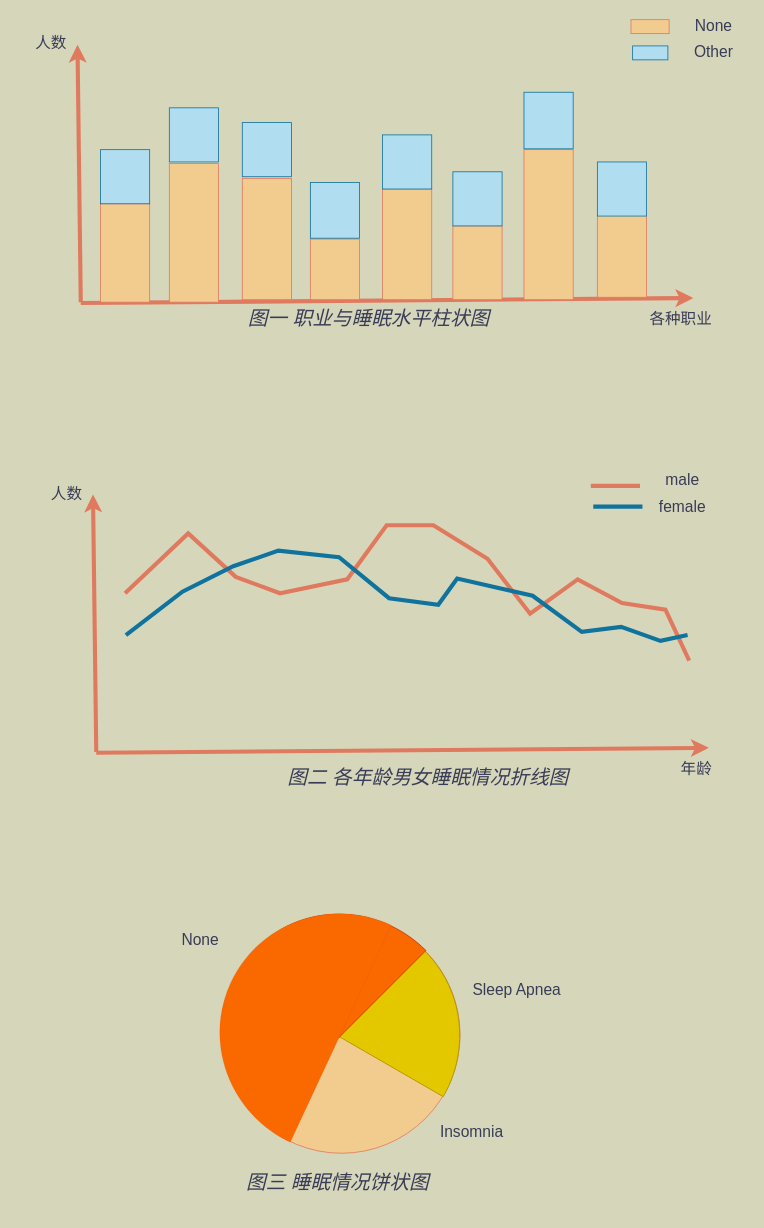
The draw.io diagram sleep/sleep.drawio in iQNRen/drawio, before the edit. Source tidied: cells renumbered, new cells numbered last; positions are measured from the earlier drawing's top-left corner, leaving out a move shared by most shapes. Both pictures are drawn from the tidied source at 82%, with x=0, y=0 at pixel (14, 14).
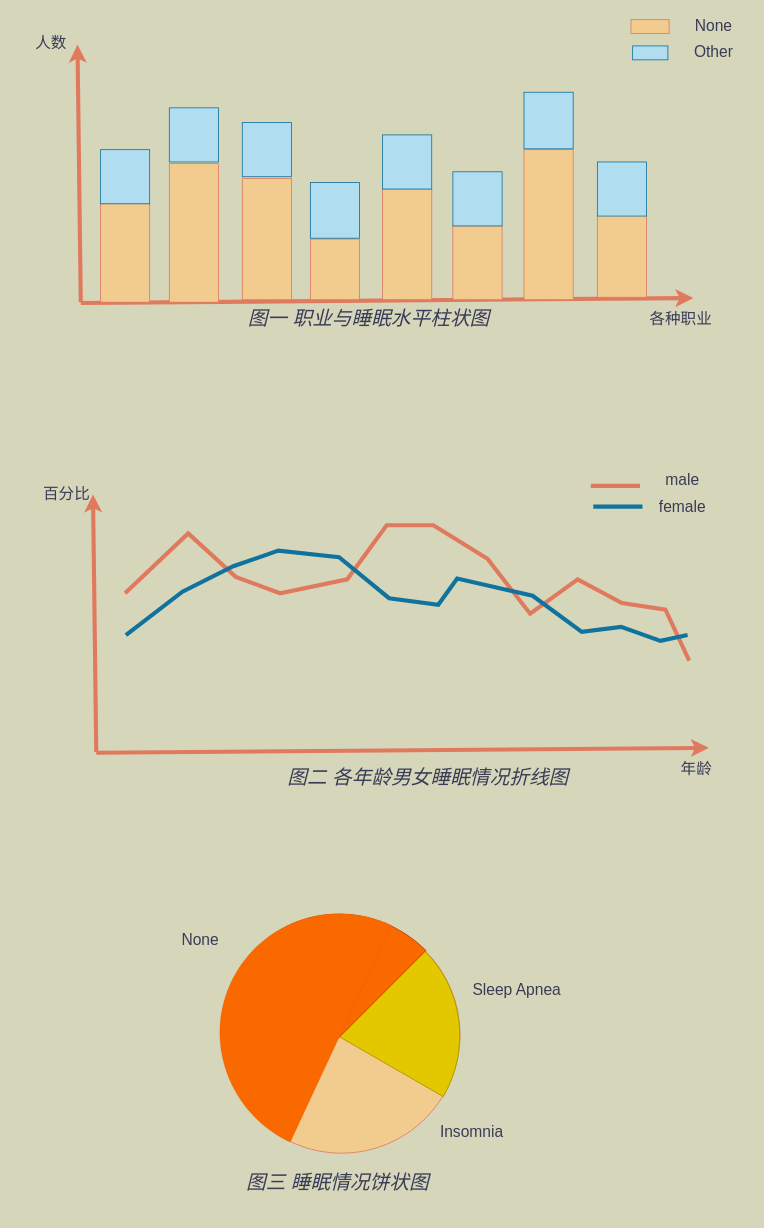
Above is the later version.

What changed in the source:
```diff
@@
-    <mxCell id="38" value="人数" style="text;html=1;align=center;verticalAlign=middle;whiteSpace=wrap;rounded=0;fontColor=#393C56;fontSize=19;" parent="1" vertex="1">
+    <mxCell id="38" value="百分比" style="text;html=1;align=center;verticalAlign=middle;whiteSpace=wrap;rounded=0;fontColor=#393C56;fontSize=19;" parent="1" vertex="1">
       <mxGeometry x="18.9" y="569.5" width="90" height="30" as="geometry" />
     </mxCell>
```
